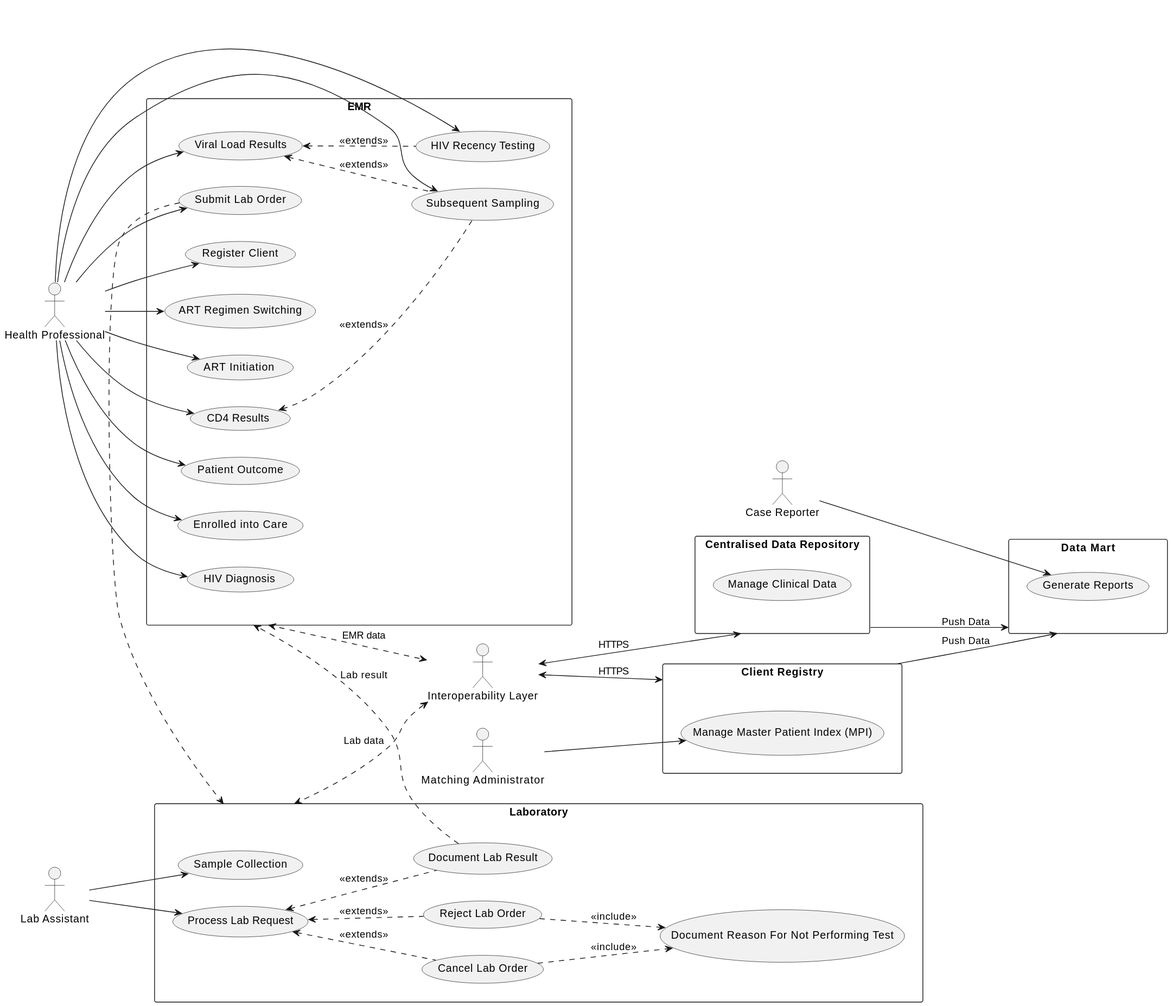
Earlier version of the PlantUML export input/includes/UseCaseDiagram.svg (openhie/HIV-CBS).
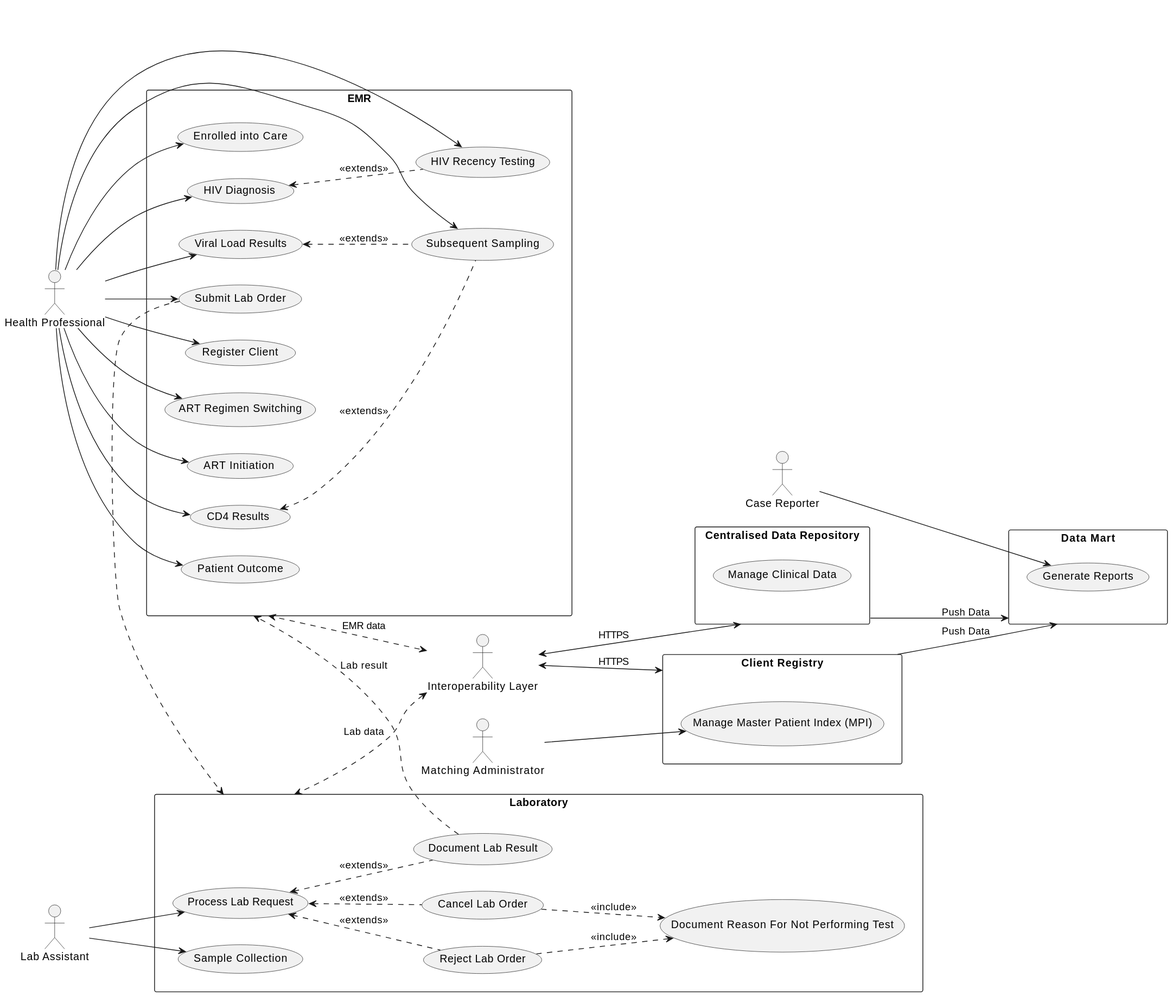
After the commit.

The edit, as a diff of the source:
```diff
@@ -29,7 +29,7 @@
 
 (UC4) <.. (UC9) : "<<extends>>"
 (UC8) <.. (UC9) : "<<extends>>"
-(UC8) <.. (UC11) : "<<extends>>"
+(UC7) <.. (UC11) : "<<extends>>"
 
 
 actor "Lab Assistant" as labAssistant
```
